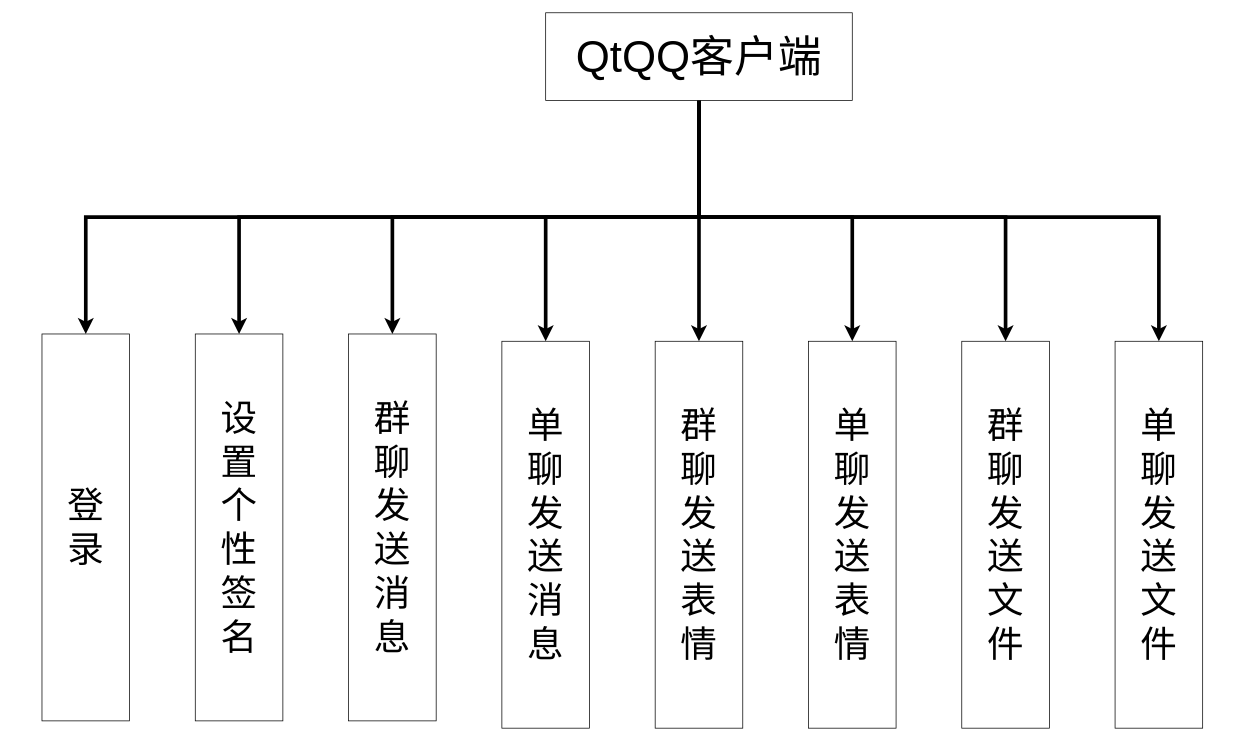
Above: chart/客户端功能结构图.drawio in YangGuiTong/QtQQ (draw.io), before the change. Source tidied: cells renumbered, new cells numbered last; positions are measured from the earlier drawing's top-left corner, leaving out a move shared by most shapes. Both pictures are drawn from the tidied source at 73%, with x=0, y=0 at pixel (42, 12).
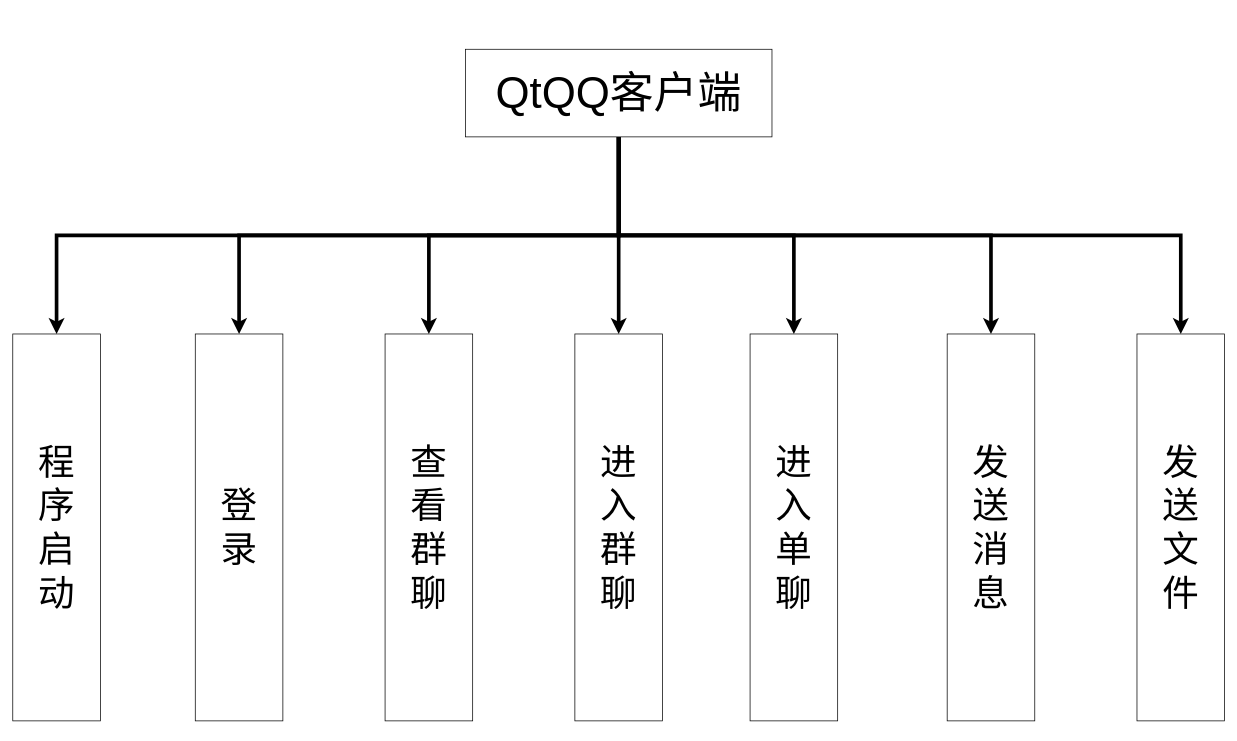
The same page after the edit.

Commit message:
更新客户端功能结构图.drawio

Change to the diagram source:
```diff
@@
+    <mxCell id="19" style="edgeStyle=orthogonalEdgeStyle;rounded=0;jettySize=auto;html=1;exitX=0.5;exitY=1;exitDx=0;exitDy=0;entryX=0.5;entryY=0;entryDx=0;entryDy=0;strokeWidth=5;" parent="1" edge="1" source="10" target="20">
+      <mxGeometry relative="1" as="geometry" />
+    </mxCell>
@@
     <mxCell id="5" style="edgeStyle=orthogonalEdgeStyle;rounded=0;jettySize=auto;html=1;exitX=0.5;exitY=1;exitDx=0;exitDy=0;strokeWidth=5;" parent="1" edge="1" source="10" target="14">
-      <mxGeometry relative="1" as="geometry">
-        <Array as="points">
-          <mxPoint x="900" y="280" />
-          <mxPoint x="690" y="280" />
-        </Array>
-      </mxGeometry>
+      <mxGeometry relative="1" as="geometry" />
     </mxCell>
-    <mxCell id="6" style="edgeStyle=orthogonalEdgeStyle;rounded=0;jettySize=auto;html=1;exitX=0.5;exitY=1;exitDx=0;exitDy=0;strokeWidth=5;" parent="1" edge="1" source="10" target="15">
+    <mxCell id="6" style="edgeStyle=orthogonalEdgeStyle;rounded=0;jettySize=auto;html=1;exitX=0.5;exitY=1;exitDx=0;exitDy=0;entryX=0.5;entryY=0;entryDx=0;entryDy=0;strokeWidth=5;" parent="1" edge="1" source="10" target="15">
       <mxGeometry relative="1" as="geometry" />
     </mxCell>
     <mxCell id="7" style="edgeStyle=orthogonalEdgeStyle;rounded=0;jettySize=auto;html=1;exitX=0.5;exitY=1;exitDx=0;exitDy=0;strokeWidth=5;" parent="1" edge="1" source="10" target="16">
-      <mxGeometry relative="1" as="geometry">
-        <Array as="points">
-          <mxPoint x="900" y="280" />
-          <mxPoint x="1110" y="280" />
-        </Array>
-      </mxGeometry>
+      <mxGeometry relative="1" as="geometry" />
     </mxCell>
-    <mxCell id="8" style="edgeStyle=orthogonalEdgeStyle;rounded=0;jettySize=auto;html=1;exitX=0.5;exitY=1;exitDx=0;exitDy=0;strokeWidth=5;" parent="1" edge="1" source="10" target="17">
-      <mxGeometry relative="1" as="geometry">
-        <Array as="points">
-          <mxPoint x="900" y="280" />
-          <mxPoint x="1320" y="280" />
-        </Array>
-      </mxGeometry>
-    </mxCell>
-    <mxCell id="9" style="edgeStyle=orthogonalEdgeStyle;rounded=0;jettySize=auto;html=1;exitX=0.5;exitY=1;exitDx=0;exitDy=0;strokeWidth=5;" parent="1" edge="1" source="10" target="18">
-      <mxGeometry relative="1" as="geometry">
-        <Array as="points">
-          <mxPoint x="900" y="280" />
-          <mxPoint x="1530" y="280" />
-        </Array>
-      </mxGeometry>
-    </mxCell>
     <mxCell id="10" value="QtQQ客户端" style="rounded=0;whiteSpace=wrap;html=1;fontSize=60;" parent="1" vertex="1">
-      <mxGeometry x="690" width="420" height="120" as="geometry" />
+      <mxGeometry x="580" y="50" width="420" height="120" as="geometry" />
     </mxCell>
     <mxCell id="11" value="登&lt;div&gt;录&lt;/div&gt;" style="rounded=0;whiteSpace=wrap;html=1;fontSize=50;" parent="1" vertex="1">
-      <mxGeometry y="440" width="120" height="530" as="geometry" />
+      <mxGeometry x="210" y="440" width="120" height="530" as="geometry" />
     </mxCell>
-    <mxCell id="12" value="设&lt;div&gt;置&lt;/div&gt;&lt;div&gt;个&lt;/div&gt;&lt;div&gt;性&lt;/div&gt;&lt;div&gt;签&lt;/div&gt;&lt;div&gt;名&lt;/div&gt;" style="rounded=0;whiteSpace=wrap;html=1;fontSize=50;" parent="1" vertex="1">
-      <mxGeometry x="210" y="440" width="120" height="530" as="geometry" />
+    <mxCell id="12" value="查&lt;div&gt;看&lt;/div&gt;&lt;div&gt;群&lt;/div&gt;&lt;div&gt;聊&lt;/div&gt;" style="rounded=0;whiteSpace=wrap;html=1;fontSize=50;" parent="1" vertex="1">
+      <mxGeometry x="470" y="440" width="120" height="530" as="geometry" />
     </mxCell>
-    <mxCell id="13" value="群&lt;div&gt;聊&lt;/div&gt;&lt;div&gt;发&lt;/div&gt;&lt;div&gt;送&lt;/div&gt;&lt;div&gt;消&lt;/div&gt;&lt;div&gt;息&lt;/div&gt;" style="rounded=0;whiteSpace=wrap;html=1;fontSize=50;" parent="1" vertex="1">
-      <mxGeometry x="420" y="440" width="120" height="530" as="geometry" />
+    <mxCell id="13" value="进&lt;div&gt;入&lt;/div&gt;&lt;div&gt;群&lt;/div&gt;&lt;div&gt;聊&lt;/div&gt;" style="rounded=0;whiteSpace=wrap;html=1;fontSize=50;" parent="1" vertex="1">
+      <mxGeometry x="730" y="440" width="120" height="530" as="geometry" />
     </mxCell>
-    <mxCell id="14" value="单&lt;div&gt;&lt;span style=&quot;background-color: initial;&quot;&gt;聊&lt;/span&gt;&lt;div&gt;发&lt;/div&gt;&lt;div&gt;送&lt;/div&gt;&lt;div&gt;消&lt;/div&gt;&lt;div&gt;息&lt;/div&gt;&lt;/div&gt;" style="rounded=0;whiteSpace=wrap;html=1;fontSize=50;" parent="1" vertex="1">
-      <mxGeometry x="630" y="450" width="120" height="530" as="geometry" />
+    <mxCell id="14" value="进&lt;div&gt;入&lt;/div&gt;&lt;div&gt;单&lt;/div&gt;&lt;div&gt;聊&lt;/div&gt;" style="rounded=0;whiteSpace=wrap;html=1;fontSize=50;" parent="1" vertex="1">
+      <mxGeometry x="970" y="440" width="120" height="530" as="geometry" />
     </mxCell>
-    <mxCell id="15" value="群&lt;div&gt;&lt;span style=&quot;background-color: initial;&quot;&gt;聊&lt;/span&gt;&lt;div&gt;发&lt;/div&gt;&lt;div&gt;送&lt;/div&gt;&lt;div&gt;表&lt;/div&gt;&lt;div&gt;情&lt;/div&gt;&lt;/div&gt;" style="rounded=0;whiteSpace=wrap;html=1;fontSize=50;" parent="1" vertex="1">
-      <mxGeometry x="840" y="450" width="120" height="530" as="geometry" />
+    <mxCell id="15" value="发&lt;div&gt;送&lt;/div&gt;&lt;div&gt;消&lt;/div&gt;&lt;div&gt;息&lt;/div&gt;" style="rounded=0;whiteSpace=wrap;html=1;fontSize=50;" parent="1" vertex="1">
+      <mxGeometry x="1240" y="440" width="120" height="530" as="geometry" />
     </mxCell>
-    <mxCell id="16" value="单&lt;div&gt;&lt;span style=&quot;background-color: initial;&quot;&gt;聊&lt;/span&gt;&lt;div&gt;发&lt;/div&gt;&lt;div&gt;送&lt;/div&gt;&lt;div&gt;表&lt;/div&gt;&lt;div&gt;情&lt;/div&gt;&lt;/div&gt;" style="rounded=0;whiteSpace=wrap;html=1;fontSize=50;" parent="1" vertex="1">
-      <mxGeometry x="1050" y="450" width="120" height="530" as="geometry" />
+    <mxCell id="16" value="发&lt;div&gt;送&lt;/div&gt;&lt;div&gt;文&lt;/div&gt;&lt;div&gt;件&lt;/div&gt;" style="rounded=0;whiteSpace=wrap;html=1;fontSize=50;" parent="1" vertex="1">
+      <mxGeometry x="1500" y="440" width="120" height="530" as="geometry" />
     </mxCell>
-    <mxCell id="17" value="群&lt;div&gt;&lt;span style=&quot;background-color: initial;&quot;&gt;聊&lt;/span&gt;&lt;div&gt;发&lt;/div&gt;&lt;div&gt;送&lt;/div&gt;&lt;div&gt;文&lt;/div&gt;&lt;div&gt;件&lt;/div&gt;&lt;/div&gt;" style="rounded=0;whiteSpace=wrap;html=1;fontSize=50;" parent="1" vertex="1">
-      <mxGeometry x="1260" y="450" width="120" height="530" as="geometry" />
-    </mxCell>
-    <mxCell id="18" value="&lt;div&gt;&lt;span style=&quot;background-color: initial;&quot;&gt;单&lt;/span&gt;&lt;/div&gt;&lt;div&gt;&lt;span style=&quot;background-color: initial;&quot;&gt;聊&lt;/span&gt;&lt;div&gt;发&lt;/div&gt;&lt;div&gt;送&lt;/div&gt;&lt;div&gt;文&lt;/div&gt;&lt;div&gt;件&lt;/div&gt;&lt;/div&gt;" style="rounded=0;whiteSpace=wrap;html=1;fontSize=50;" parent="1" vertex="1">
-      <mxGeometry x="1470" y="450" width="120" height="530" as="geometry" />
-    </mxCell>
+    <mxCell id="20" value="程&lt;div&gt;序&lt;/div&gt;&lt;div&gt;启&lt;/div&gt;&lt;div&gt;动&lt;/div&gt;" style="rounded=0;whiteSpace=wrap;html=1;fontSize=50;" parent="1" vertex="1">
+      <mxGeometry x="-40" y="440" width="120" height="530" as="geometry" />
+    </mxCell>
```
